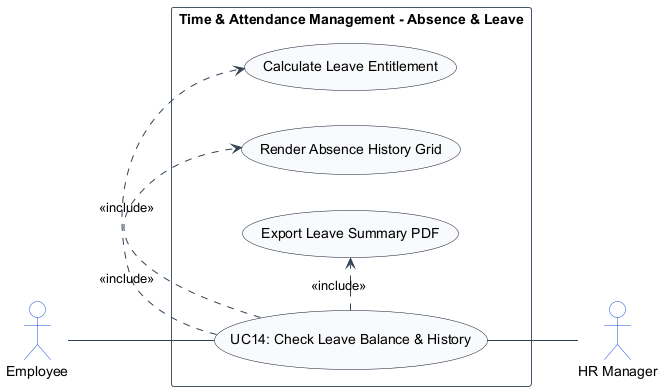
The PlantUML diagram usecase_images/module_02_time_attendance/UC14.png in TamBui1706/HRPlatform, before a commit.
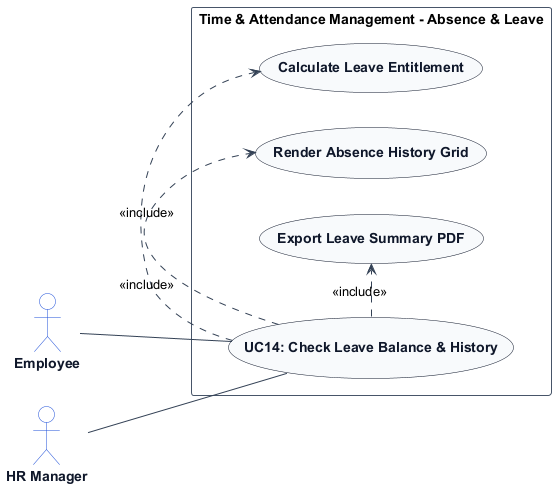
After the change.

Diff of the diagram source:
```diff
@@ -7,8 +7,14 @@
 skinparam ArrowColor #334155
 skinparam ActorBorderColor #1d4ed8
 skinparam ActorBackgroundColor #ffffff
+skinparam ActorFontColor #0f172a
+skinparam ActorFontStyle bold
+
 skinparam UsecaseBorderColor #0f172a
 skinparam UsecaseBackgroundColor #f8fafc
+skinparam UsecaseFontColor #0f172a
+skinparam UsecaseFontStyle bold
+
 skinparam RectangleBorderColor #475569
 skinparam RectangleBackgroundColor #ffffff
 
@@ -22,9 +28,9 @@
     usecase "Export Leave Summary PDF" as UC_ExportPdf
 
     Employee -- UC_Main
+    HRManager -- UC_Main
     UC_Main .> UC_CalcBal : <<include>>
     UC_Main .> UC_RenderHist : <<include>>
     UC_Main .> UC_ExportPdf : <<include>>
-    UC_Main -- HRManager
 }
 @enduml
```
